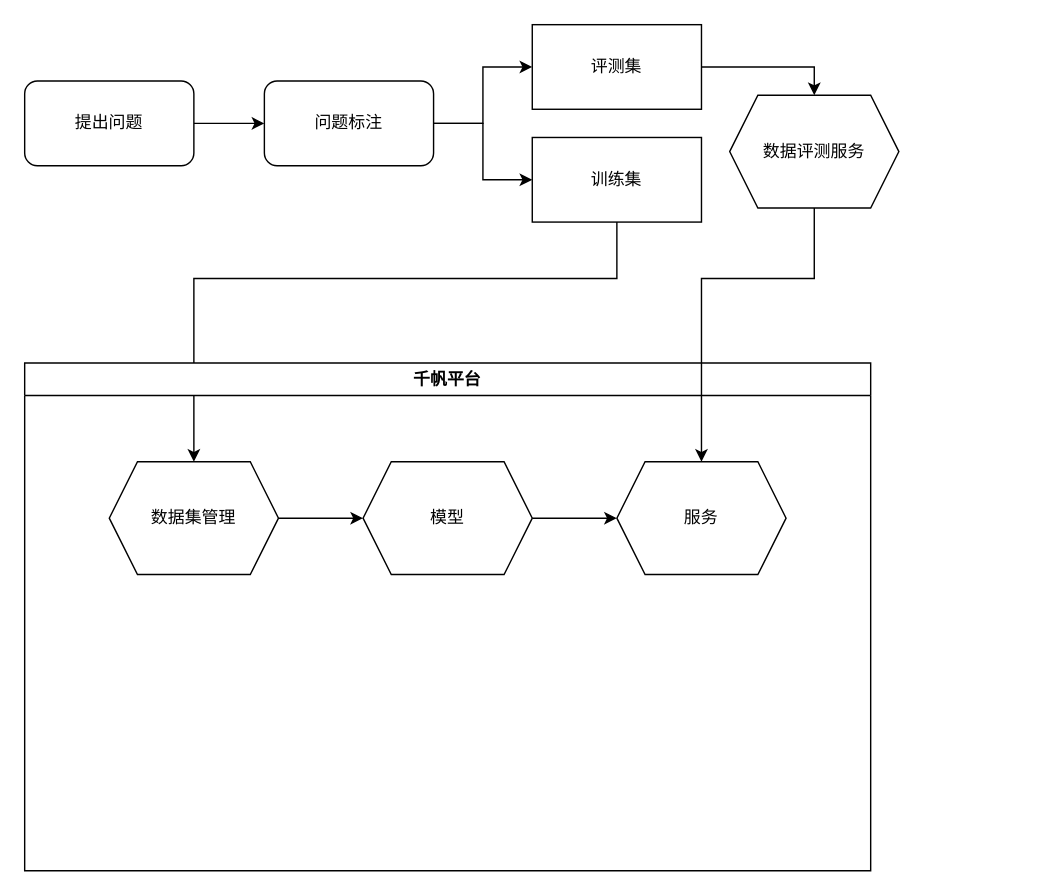
Earlier version of the draw.io diagram chatbi/评测服务流程.drawio (cavaljames/work-diagrams). Source tidied: cells renumbered, new cells numbered last; positions are measured from the earlier drawing's top-left corner, leaving out a move shared by most shapes. Both pictures are drawn from the tidied source at 141%, with x=0, y=0 at pixel (24, 24).
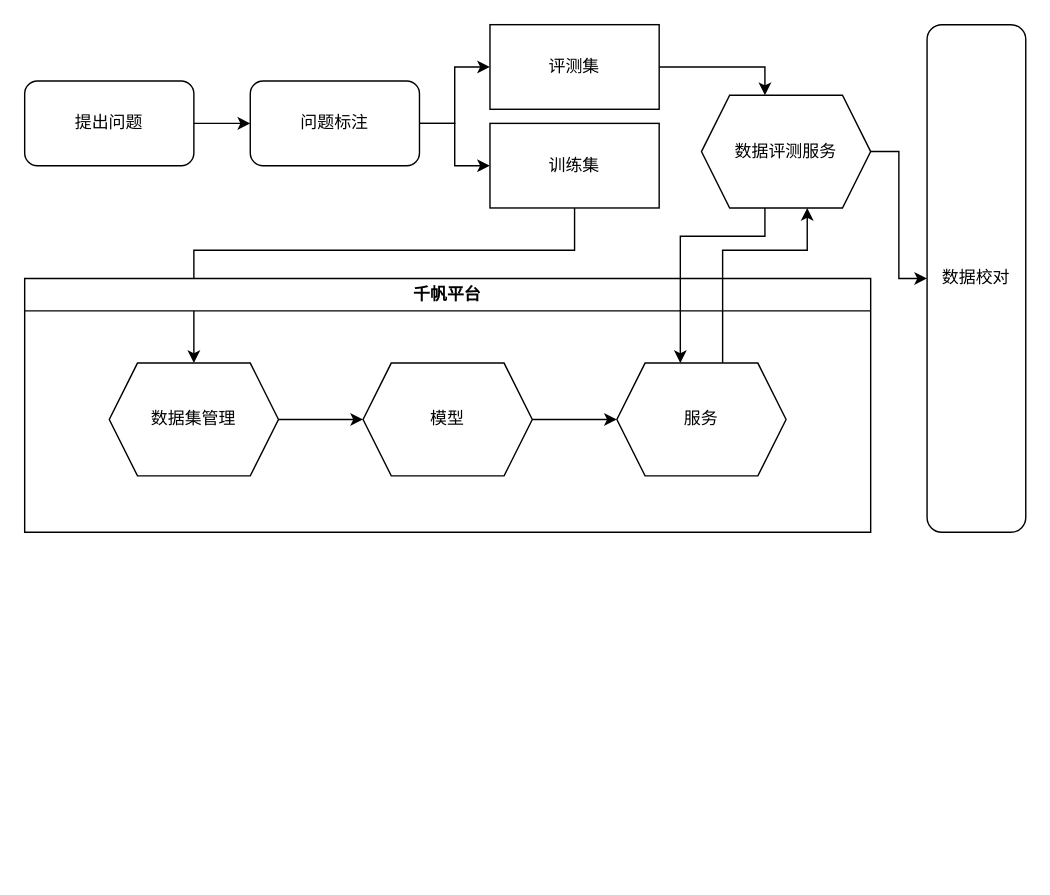
The same page after the edit.

Commit message:
更新评测服务流程.drawio

What changed in the source:
```diff
@@
     <mxCell id="6" value="问题标注" style="whiteSpace=wrap;html=1;rounded=1;" parent="1" vertex="1">
-      <mxGeometry x="170" y="40" width="120" height="60" as="geometry" />
+      <mxGeometry x="160" y="40" width="120" height="60" as="geometry" />
     </mxCell>
-    <mxCell id="7" style="edgeStyle=orthogonalEdgeStyle;rounded=0;jettySize=auto;html=1;exitX=1;exitY=0.5;exitDx=0;exitDy=0;entryX=0.5;entryY=0;entryDx=0;entryDy=0;" parent="1" edge="1" source="8" target="18">
+    <mxCell id="7" style="edgeStyle=orthogonalEdgeStyle;rounded=0;jettySize=auto;html=1;exitX=1;exitY=0.5;exitDx=0;exitDy=0;entryX=0.375;entryY=0;entryDx=0;entryDy=0;" parent="1" edge="1" source="8" target="18">
       <mxGeometry relative="1" as="geometry" />
     </mxCell>
     <mxCell id="8" value="评测集" style="rounded=0;whiteSpace=wrap;html=1;" parent="1" vertex="1">
-      <mxGeometry x="360" width="120" height="60" as="geometry" />
+      <mxGeometry x="330" width="120" height="60" as="geometry" />
     </mxCell>
     <mxCell id="9" style="edgeStyle=orthogonalEdgeStyle;rounded=0;jettySize=auto;html=1;exitX=0.5;exitY=1;exitDx=0;exitDy=0;" parent="1" edge="1" source="10" target="15">
       <mxGeometry relative="1" as="geometry">
         <Array as="points">
-          <mxPoint x="420" y="180" />
-          <mxPoint x="120" y="180" />
+          <mxPoint x="390" y="160" />
+          <mxPoint x="120" y="160" />
         </Array>
       </mxGeometry>
     </mxCell>
     <mxCell id="10" value="训练集" style="rounded=0;whiteSpace=wrap;html=1;" parent="1" vertex="1">
-      <mxGeometry x="360" y="80" width="120" height="60" as="geometry" />
+      <mxGeometry x="330" y="70" width="120" height="60" as="geometry" />
     </mxCell>
     <mxCell id="11" value="千帆平台" style="swimlane;whiteSpace=wrap;html=1;" parent="1" vertex="1">
-      <mxGeometry y="240" width="600" height="360" as="geometry" />
+      <mxGeometry y="180" width="600" height="180" as="geometry" />
     </mxCell>
@@
     <mxCell id="13" value="模型" style="shape=hexagon;perimeter=hexagonPerimeter2;whiteSpace=wrap;html=1;fixedSize=1;" parent="11" vertex="1">
-      <mxGeometry x="240" y="70" width="120" height="80" as="geometry" />
+      <mxGeometry x="240" y="60" width="120" height="80" as="geometry" />
     </mxCell>
@@
     <mxCell id="15" value="数据集管理" style="shape=hexagon;perimeter=hexagonPerimeter2;whiteSpace=wrap;html=1;fixedSize=1;" parent="11" vertex="1">
-      <mxGeometry x="60" y="70" width="120" height="80" as="geometry" />
+      <mxGeometry x="60" y="60" width="120" height="80" as="geometry" />
     </mxCell>
     <mxCell id="16" value="服务" style="shape=hexagon;perimeter=hexagonPerimeter2;whiteSpace=wrap;html=1;fixedSize=1;" parent="11" vertex="1">
-      <mxGeometry x="420" y="70" width="120" height="80" as="geometry" />
+      <mxGeometry x="420" y="60" width="120" height="80" as="geometry" />
     </mxCell>
-    <mxCell id="17" style="edgeStyle=orthogonalEdgeStyle;rounded=0;jettySize=auto;html=1;exitX=0.5;exitY=1;exitDx=0;exitDy=0;entryX=0.5;entryY=0;entryDx=0;entryDy=0;" parent="1" edge="1" source="18" target="16">
+    <mxCell id="17" style="edgeStyle=orthogonalEdgeStyle;rounded=0;jettySize=auto;html=1;exitX=0.375;exitY=1;exitDx=0;exitDy=0;entryX=0.375;entryY=0;entryDx=0;entryDy=0;" parent="1" edge="1" source="18" target="16">
       <mxGeometry relative="1" as="geometry">
         <Array as="points">
-          <mxPoint x="560" y="180" />
-          <mxPoint x="480" y="180" />
+          <mxPoint x="525" y="150" />
+          <mxPoint x="465" y="150" />
         </Array>
       </mxGeometry>
     </mxCell>
+    <mxCell id="19" style="edgeStyle=orthogonalEdgeStyle;rounded=0;jettySize=auto;html=1;exitX=1;exitY=0.5;exitDx=0;exitDy=0;" parent="1" edge="1" source="18" target="21">
+      <mxGeometry relative="1" as="geometry" />
+    </mxCell>
     <mxCell id="18" value="数据评测服务" style="shape=hexagon;perimeter=hexagonPerimeter2;whiteSpace=wrap;html=1;fixedSize=1;" parent="1" vertex="1">
-      <mxGeometry x="500" y="50" width="120" height="80" as="geometry" />
+      <mxGeometry x="480" y="50" width="120" height="80" as="geometry" />
     </mxCell>
+    <mxCell id="20" style="edgeStyle=orthogonalEdgeStyle;rounded=0;jettySize=auto;html=1;exitX=0.625;exitY=0;exitDx=0;exitDy=0;entryX=0.625;entryY=1;entryDx=0;entryDy=0;" parent="1" edge="1" source="16" target="18">
+      <mxGeometry relative="1" as="geometry">
+        <Array as="points">
+          <mxPoint x="495" y="160" />
+          <mxPoint x="555" y="160" />
+        </Array>
+      </mxGeometry>
+    </mxCell>
+    <mxCell id="21" value="数据校对" style="rounded=1;whiteSpace=wrap;html=1;" parent="1" vertex="1">
+      <mxGeometry x="640" width="70" height="360" as="geometry" />
+    </mxCell>
```
